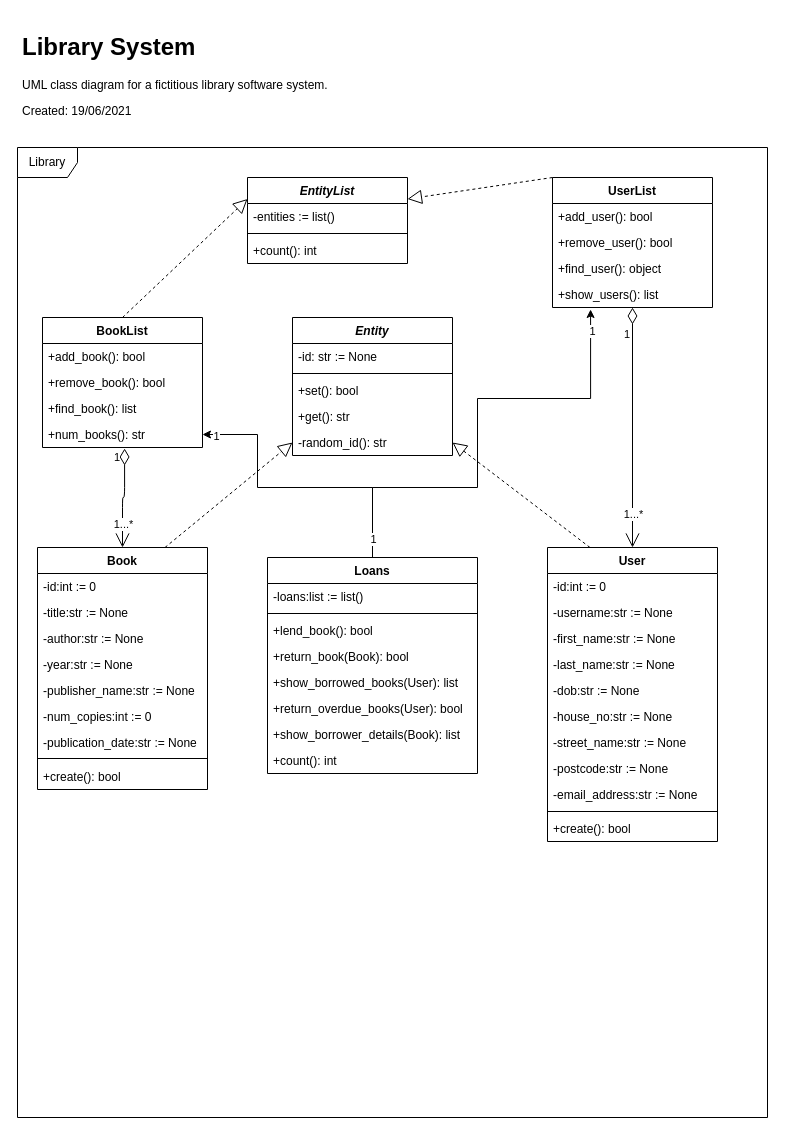
The draw.io diagram class_diagram.drawio in Chrisu892/Simple-Library-System, before the edit. Source tidied: cells renumbered, new cells numbered last; positions are measured from the earlier drawing's top-left corner, leaving out a move shared by most shapes. Both pictures are drawn from the tidied source at 100%, with x=0, y=0 at pixel (17, 27).
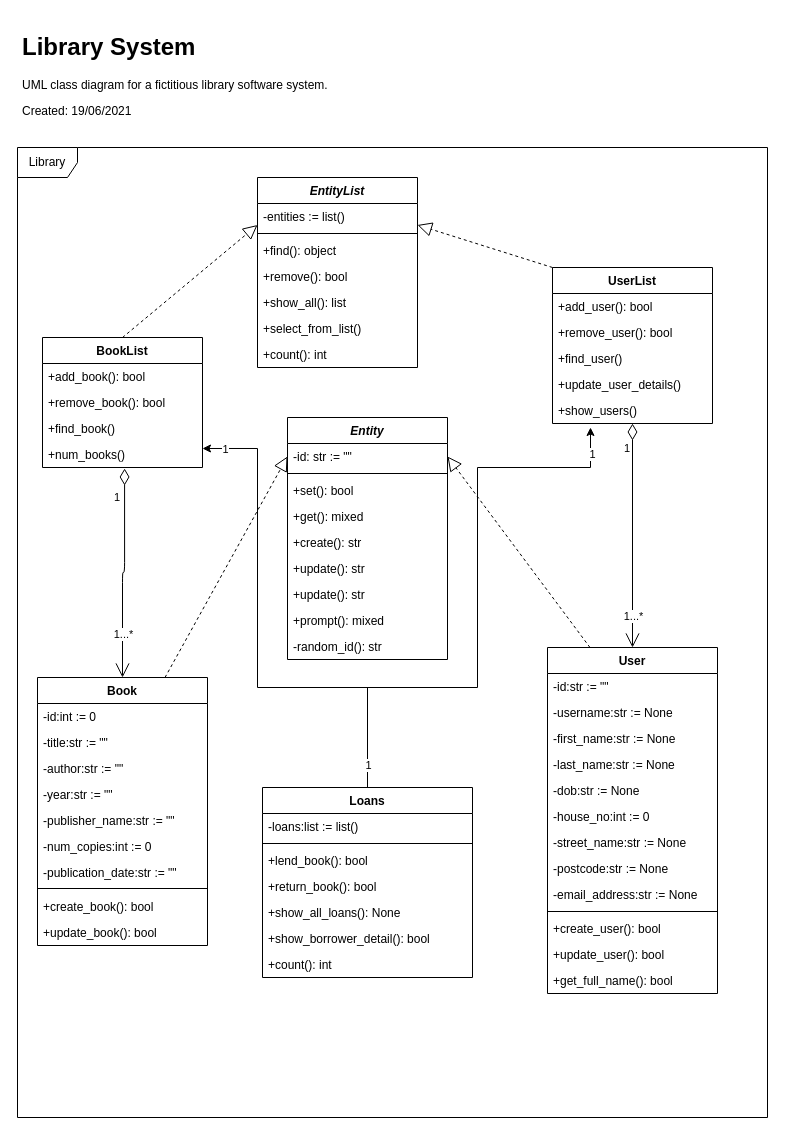
The same page after the edit.

Commit message (it also covers changes not shown here):
updated entity and list classes

Change to the diagram source:
```diff
@@
     <mxCell id="3" value="Book" style="swimlane;fontStyle=1;align=center;verticalAlign=top;horizontal=1;startSize=26;rounded=0;shadow=0;strokeWidth=1;" parent="1" vertex="1">
-      <mxGeometry x="20" y="520" width="170" height="242" as="geometry" />
+      <mxGeometry x="20" y="650" width="170" height="268" as="geometry" />
     </mxCell>
@@
-    <mxCell id="5" value="-title:str := None" style="text;align=left;verticalAlign=top;spacingLeft=4;spacingRight=4;overflow=hidden;rounded=0;shadow=0;html=0;" parent="3" vertex="1">
+    <mxCell id="5" value="-title:str := &quot;&quot;" style="text;align=left;verticalAlign=top;spacingLeft=4;spacingRight=4;overflow=hidden;rounded=0;shadow=0;html=0;" parent="3" vertex="1">
       <mxGeometry y="52" width="170" height="26" as="geometry" />
     </mxCell>
-    <mxCell id="6" value="-author:str := None" style="text;align=left;verticalAlign=top;spacingLeft=4;spacingRight=4;overflow=hidden;rounded=0;shadow=0;html=0;" parent="3" vertex="1">
+    <mxCell id="6" value="-author:str := &quot;&quot;" style="text;align=left;verticalAlign=top;spacingLeft=4;spacingRight=4;overflow=hidden;rounded=0;shadow=0;html=0;" parent="3" vertex="1">
       <mxGeometry y="78" width="170" height="26" as="geometry" />
     </mxCell>
-    <mxCell id="7" value="-year:str := None" style="text;align=left;verticalAlign=top;spacingLeft=4;spacingRight=4;overflow=hidden;rounded=0;shadow=0;html=0;" parent="3" vertex="1">
+    <mxCell id="7" value="-year:str := &quot;&quot;" style="text;align=left;verticalAlign=top;spacingLeft=4;spacingRight=4;overflow=hidden;rounded=0;shadow=0;html=0;" parent="3" vertex="1">
       <mxGeometry y="104" width="170" height="26" as="geometry" />
     </mxCell>
-    <mxCell id="8" value="-publisher_name:str := None" style="text;align=left;verticalAlign=top;spacingLeft=4;spacingRight=4;overflow=hidden;rounded=0;shadow=0;html=0;" parent="3" vertex="1">
+    <mxCell id="8" value="-publisher_name:str := &quot;&quot;" style="text;align=left;verticalAlign=top;spacingLeft=4;spacingRight=4;overflow=hidden;rounded=0;shadow=0;html=0;" parent="3" vertex="1">
       <mxGeometry y="130" width="170" height="26" as="geometry" />
     </mxCell>
@@
-    <mxCell id="10" value="-publication_date:str := None" style="text;align=left;verticalAlign=top;spacingLeft=4;spacingRight=4;overflow=hidden;rounded=0;shadow=0;html=0;" parent="3" vertex="1">
+    <mxCell id="10" value="-publication_date:str := &quot;&quot;" style="text;align=left;verticalAlign=top;spacingLeft=4;spacingRight=4;overflow=hidden;rounded=0;shadow=0;html=0;" parent="3" vertex="1">
       <mxGeometry y="182" width="170" height="24" as="geometry" />
     </mxCell>
@@
-    <mxCell id="12" value="+create(): bool" style="text;align=left;verticalAlign=top;spacingLeft=4;spacingRight=4;overflow=hidden;" parent="3" vertex="1">
+    <mxCell id="12" value="+create_book(): bool" style="text;align=left;verticalAlign=top;spacingLeft=4;spacingRight=4;overflow=hidden;" parent="3" vertex="1">
       <mxGeometry y="216" width="170" height="26" as="geometry" />
     </mxCell>
+    <mxCell id="68" value="+update_book(): bool" style="text;align=left;verticalAlign=top;spacingLeft=4;spacingRight=4;overflow=hidden;" parent="3" vertex="1">
+      <mxGeometry y="242" width="170" height="26" as="geometry" />
+    </mxCell>
     <mxCell id="13" value="User" style="swimlane;fontStyle=1;align=center;verticalAlign=top;horizontal=1;startSize=26;rounded=0;shadow=0;strokeWidth=1;" parent="1" vertex="1">
-      <mxGeometry x="530" y="520" width="170" height="294" as="geometry" />
+      <mxGeometry x="530" y="620" width="170" height="346" as="geometry" />
     </mxCell>
-    <mxCell id="14" value="-id:int := 0" style="text;align=left;verticalAlign=top;spacingLeft=4;spacingRight=4;overflow=hidden;" parent="13" vertex="1">
+    <mxCell id="14" value="-id:str := &quot;&quot;" style="text;align=left;verticalAlign=top;spacingLeft=4;spacingRight=4;overflow=hidden;" parent="13" vertex="1">
       <mxGeometry y="26" width="170" height="26" as="geometry" />
     </mxCell>
@@
-    <mxCell id="19" value="-house_no:str := None" style="text;align=left;verticalAlign=top;spacingLeft=4;spacingRight=4;overflow=hidden;rounded=0;shadow=0;html=0;" parent="13" vertex="1">
+    <mxCell id="19" value="-house_no:int := 0" style="text;align=left;verticalAlign=top;spacingLeft=4;spacingRight=4;overflow=hidden;rounded=0;shadow=0;html=0;" parent="13" vertex="1">
       <mxGeometry y="156" width="170" height="26" as="geometry" />
     </mxCell>
@@
-    <mxCell id="24" value="+create(): bool" style="text;align=left;verticalAlign=top;spacingLeft=4;spacingRight=4;overflow=hidden;" parent="13" vertex="1">
+    <mxCell id="24" value="+create_user(): bool" style="text;align=left;verticalAlign=top;spacingLeft=4;spacingRight=4;overflow=hidden;" parent="13" vertex="1">
       <mxGeometry y="268" width="170" height="26" as="geometry" />
     </mxCell>
+    <mxCell id="69" value="+update_user(): bool" style="text;align=left;verticalAlign=top;spacingLeft=4;spacingRight=4;overflow=hidden;" parent="13" vertex="1">
+      <mxGeometry y="294" width="170" height="26" as="geometry" />
+    </mxCell>
+    <mxCell id="70" value="+get_full_name(): bool" style="text;align=left;verticalAlign=top;spacingLeft=4;spacingRight=4;overflow=hidden;" parent="13" vertex="1">
+      <mxGeometry y="320" width="170" height="26" as="geometry" />
+    </mxCell>
     <mxCell id="25" value="UserList" style="swimlane;fontStyle=1;align=center;verticalAlign=top;horizontal=1;startSize=26;rounded=0;shadow=0;strokeWidth=1;" parent="1" vertex="1">
-      <mxGeometry x="535" y="150" width="160" height="130" as="geometry" />
+      <mxGeometry x="535" y="240" width="160" height="156" as="geometry" />
     </mxCell>
@@
-    <mxCell id="28" value="+find_user(): object" style="text;align=left;verticalAlign=top;spacingLeft=4;spacingRight=4;overflow=hidden;" parent="25" vertex="1">
+    <mxCell id="28" value="+find_user()" style="text;align=left;verticalAlign=top;spacingLeft=4;spacingRight=4;overflow=hidden;" parent="25" vertex="1">
       <mxGeometry y="78" width="160" height="26" as="geometry" />
     </mxCell>
-    <mxCell id="29" value="+show_users(): list" style="text;align=left;verticalAlign=top;spacingLeft=4;spacingRight=4;overflow=hidden;points=[[0,0.5],[1,0.5]];portConstraint=eastwest;" parent="25" vertex="1">
-      <mxGeometry y="104" width="160" height="26" as="geometry" />
-    </mxCell>
+    <mxCell id="71" value="+update_user_details()" style="text;align=left;verticalAlign=top;spacingLeft=4;spacingRight=4;overflow=hidden;" parent="25" vertex="1">
+      <mxGeometry y="104" width="160" height="26" as="geometry" />
+    </mxCell>
+    <mxCell id="72" value="+show_users()" style="text;align=left;verticalAlign=top;spacingLeft=4;spacingRight=4;overflow=hidden;" parent="25" vertex="1">
+      <mxGeometry y="130" width="160" height="26" as="geometry" />
+    </mxCell>
     <mxCell id="30" value="BookList" style="swimlane;fontStyle=1;align=center;verticalAlign=top;horizontal=1;startSize=26;rounded=0;shadow=0;strokeWidth=1;" parent="1" vertex="1">
-      <mxGeometry x="25" y="290" width="160" height="130" as="geometry" />
+      <mxGeometry x="25" y="310" width="160" height="130" as="geometry" />
     </mxCell>
@@
-    <mxCell id="33" value="+find_book(): list" style="text;align=left;verticalAlign=top;spacingLeft=4;spacingRight=4;overflow=hidden;" parent="30" vertex="1">
+    <mxCell id="33" value="+find_book()" style="text;align=left;verticalAlign=top;spacingLeft=4;spacingRight=4;overflow=hidden;" parent="30" vertex="1">
       <mxGeometry y="78" width="160" height="26" as="geometry" />
     </mxCell>
-    <mxCell id="34" value="+num_books(): str" style="text;align=left;verticalAlign=top;spacingLeft=4;spacingRight=4;overflow=hidden;points=[[0,0.5],[1,0.5]];portConstraint=eastwest;" parent="30" vertex="1">
+    <mxCell id="34" value="+num_books()" style="text;align=left;verticalAlign=top;spacingLeft=4;spacingRight=4;overflow=hidden;points=[[0,0.5],[1,0.5]];portConstraint=eastwest;" parent="30" vertex="1">
       <mxGeometry y="104" width="160" height="26" as="geometry" />
     </mxCell>
-    <mxCell id="35" style="edgeStyle=orthogonalEdgeStyle;rounded=0;jettySize=auto;html=1;exitX=0.5;exitY=0;exitDx=0;exitDy=0;entryX=1;entryY=0.5;entryDx=0;entryDy=0;" parent="1" edge="1" source="40" target="34">
+    <mxCell id="35" style="edgeStyle=orthogonalEdgeStyle;rounded=0;jettySize=auto;html=1;exitX=0.5;exitY=0;exitDx=0;exitDy=0;entryX=1;entryY=0.269;entryDx=0;entryDy=0;entryPerimeter=0;" parent="1" edge="1" source="40" target="34">
       <mxGeometry relative="1" as="geometry">
         <Array as="points">
-          <mxPoint x="355" y="460" />
-          <mxPoint x="240" y="460" />
-          <mxPoint x="240" y="407" />
+          <mxPoint x="355" y="660" />
+          <mxPoint x="240" y="660" />
+          <mxPoint x="240" y="391" />
         </Array>
       </mxGeometry>
     </mxCell>
@@
-    <mxCell id="37" style="edgeStyle=orthogonalEdgeStyle;rounded=0;jettySize=auto;html=1;exitX=0.5;exitY=0;exitDx=0;exitDy=0;entryX=0.238;entryY=1.077;entryDx=0;entryDy=0;entryPerimeter=0;" parent="1" edge="1" source="40" target="29">
+    <mxCell id="37" style="edgeStyle=orthogonalEdgeStyle;rounded=0;jettySize=auto;html=1;exitX=0.5;exitY=0;exitDx=0;exitDy=0;" parent="1" edge="1" source="40">
       <mxGeometry relative="1" as="geometry">
+        <mxPoint x="573" y="400" as="targetPoint" />
         <Array as="points">
-          <mxPoint x="355" y="460" />
-          <mxPoint x="460" y="460" />
-          <mxPoint x="460" y="371" />
-          <mxPoint x="573" y="371" />
+          <mxPoint x="350" y="660" />
+          <mxPoint x="460" y="660" />
+          <mxPoint x="460" y="440" />
+          <mxPoint x="573" y="440" />
         </Array>
       </mxGeometry>
     </mxCell>
@@
     <mxCell id="40" value="Loans" style="swimlane;fontStyle=1;align=center;verticalAlign=top;horizontal=1;startSize=26;rounded=0;shadow=0;strokeWidth=1;" parent="1" vertex="1">
-      <mxGeometry x="250" y="530" width="210" height="216" as="geometry" />
+      <mxGeometry x="245" y="760" width="210" height="190" as="geometry" />
     </mxCell>
@@
-    <mxCell id="44" value="+return_book(Book): bool" style="text;align=left;verticalAlign=top;spacingLeft=4;spacingRight=4;overflow=hidden;" parent="40" vertex="1">
+    <mxCell id="44" value="+return_book(): bool" style="text;align=left;verticalAlign=top;spacingLeft=4;spacingRight=4;overflow=hidden;" parent="40" vertex="1">
       <mxGeometry y="86" width="210" height="26" as="geometry" />
     </mxCell>
-    <mxCell id="45" value="+show_borrowed_books(User): list" style="text;align=left;verticalAlign=top;spacingLeft=4;spacingRight=4;overflow=hidden;" parent="40" vertex="1">
+    <mxCell id="45" value="+show_all_loans(): None" style="text;align=left;verticalAlign=top;spacingLeft=4;spacingRight=4;overflow=hidden;" parent="40" vertex="1">
       <mxGeometry y="112" width="210" height="26" as="geometry" />
     </mxCell>
-    <mxCell id="46" value="+return_overdue_books(User): bool" style="text;align=left;verticalAlign=top;spacingLeft=4;spacingRight=4;overflow=hidden;" parent="40" vertex="1">
+    <mxCell id="46" value="+show_borrower_detail(): bool" style="text;align=left;verticalAlign=top;spacingLeft=4;spacingRight=4;overflow=hidden;" parent="40" vertex="1">
       <mxGeometry y="138" width="210" height="26" as="geometry" />
     </mxCell>
-    <mxCell id="47" value="+show_borrower_details(Book): list" style="text;align=left;verticalAlign=top;spacingLeft=4;spacingRight=4;overflow=hidden;" parent="40" vertex="1">
-      <mxGeometry y="164" width="210" height="26" as="geometry" />
-    </mxCell>
     <mxCell id="48" value="+count(): int" style="text;align=left;verticalAlign=top;spacingLeft=4;spacingRight=4;overflow=hidden;" parent="40" vertex="1">
-      <mxGeometry y="190" width="210" height="26" as="geometry" />
+      <mxGeometry y="164" width="210" height="26" as="geometry" />
     </mxCell>
@@
     <mxCell id="54" value="EntityList" style="swimlane;fontStyle=3;align=center;verticalAlign=top;horizontal=1;startSize=26;rounded=0;shadow=0;strokeWidth=1;" parent="1" vertex="1">
-      <mxGeometry x="230" y="150" width="160" height="86" as="geometry" />
+      <mxGeometry x="240" y="150" width="160" height="190" as="geometry" />
     </mxCell>
@@
-    <mxCell id="57" value="+count(): int" style="text;align=left;verticalAlign=top;spacingLeft=4;spacingRight=4;overflow=hidden;" parent="54" vertex="1">
+    <mxCell id="57" value="+find(): object" style="text;align=left;verticalAlign=top;spacingLeft=4;spacingRight=4;overflow=hidden;" parent="54" vertex="1">
       <mxGeometry y="60" width="160" height="26" as="geometry" />
     </mxCell>
+    <mxCell id="73" value="+remove(): bool" style="text;align=left;verticalAlign=top;spacingLeft=4;spacingRight=4;overflow=hidden;" parent="54" vertex="1">
+      <mxGeometry y="86" width="160" height="26" as="geometry" />
+    </mxCell>
+    <mxCell id="74" value="+show_all(): list" style="text;align=left;verticalAlign=top;spacingLeft=4;spacingRight=4;overflow=hidden;" parent="54" vertex="1">
+      <mxGeometry y="112" width="160" height="26" as="geometry" />
+    </mxCell>
+    <mxCell id="75" value="+select_from_list()" style="text;align=left;verticalAlign=top;spacingLeft=4;spacingRight=4;overflow=hidden;" parent="54" vertex="1">
+      <mxGeometry y="138" width="160" height="26" as="geometry" />
+    </mxCell>
+    <mxCell id="76" value="+count(): int" style="text;align=left;verticalAlign=top;spacingLeft=4;spacingRight=4;overflow=hidden;" parent="54" vertex="1">
+      <mxGeometry y="164" width="160" height="26" as="geometry" />
+    </mxCell>
@@
     <mxCell id="60" value="Entity" style="swimlane;fontStyle=3;align=center;verticalAlign=top;horizontal=1;startSize=26;rounded=0;shadow=0;strokeWidth=1;" parent="1" vertex="1">
-      <mxGeometry x="275" y="290" width="160" height="138" as="geometry" />
+      <mxGeometry x="270" y="390" width="160" height="242" as="geometry" />
     </mxCell>
-    <mxCell id="61" value="-id: str := None" style="text;align=left;verticalAlign=top;spacingLeft=4;spacingRight=4;overflow=hidden;points=[[0,0.5],[1,0.5]];portConstraint=eastwest;" parent="60" vertex="1">
+    <mxCell id="61" value="-id: str := &quot;&quot;" style="text;align=left;verticalAlign=top;spacingLeft=4;spacingRight=4;overflow=hidden;points=[[0,0.5],[1,0.5]];portConstraint=eastwest;" parent="60" vertex="1">
       <mxGeometry y="26" width="160" height="26" as="geometry" />
     </mxCell>
@@
-    <mxCell id="64" value="+get(): str" style="text;align=left;verticalAlign=top;spacingLeft=4;spacingRight=4;overflow=hidden;" parent="60" vertex="1">
+    <mxCell id="64" value="+get(): mixed" style="text;align=left;verticalAlign=top;spacingLeft=4;spacingRight=4;overflow=hidden;" parent="60" vertex="1">
       <mxGeometry y="86" width="160" height="26" as="geometry" />
     </mxCell>
+    <mxCell id="77" value="+create(): str" style="text;align=left;verticalAlign=top;spacingLeft=4;spacingRight=4;overflow=hidden;" parent="60" vertex="1">
+      <mxGeometry y="112" width="160" height="26" as="geometry" />
+    </mxCell>
+    <mxCell id="78" value="+update(): str" style="text;align=left;verticalAlign=top;spacingLeft=4;spacingRight=4;overflow=hidden;" parent="60" vertex="1">
+      <mxGeometry y="138" width="160" height="26" as="geometry" />
+    </mxCell>
+    <mxCell id="79" value="+update(): str" style="text;align=left;verticalAlign=top;spacingLeft=4;spacingRight=4;overflow=hidden;" parent="60" vertex="1">
+      <mxGeometry y="164" width="160" height="26" as="geometry" />
+    </mxCell>
+    <mxCell id="80" value="+prompt(): mixed" style="text;align=left;verticalAlign=top;spacingLeft=4;spacingRight=4;overflow=hidden;" parent="60" vertex="1">
+      <mxGeometry y="190" width="160" height="26" as="geometry" />
+    </mxCell>
     <mxCell id="65" value="-random_id(): str" style="text;align=left;verticalAlign=top;spacingLeft=4;spacingRight=4;overflow=hidden;points=[[0,0.5],[1,0.5]];portConstraint=eastwest;" parent="60" vertex="1">
-      <mxGeometry y="112" width="160" height="26" as="geometry" />
+      <mxGeometry y="216" width="160" height="26" as="geometry" />
     </mxCell>
-    <mxCell id="66" style="endArrow=block;dashed=1;endFill=0;endSize=12;html=1;exitX=0.25;exitY=0;exitDx=0;exitDy=0;entryX=1;entryY=0.5;entryDx=0;entryDy=0;" parent="1" edge="1" source="13" target="65">
+    <mxCell id="66" style="endArrow=block;dashed=1;endFill=0;endSize=12;html=1;exitX=0.25;exitY=0;exitDx=0;exitDy=0;entryX=1;entryY=0.5;entryDx=0;entryDy=0;" parent="1" edge="1" source="13" target="61">
       <mxGeometry relative="1" as="geometry" />
     </mxCell>
-    <mxCell id="67" style="endArrow=block;dashed=1;endFill=0;endSize=12;html=1;entryX=0;entryY=0.5;entryDx=0;entryDy=0;exitX=0.75;exitY=0;exitDx=0;exitDy=0;" parent="1" edge="1" source="3" target="65">
+    <mxCell id="67" style="endArrow=block;dashed=1;endFill=0;endSize=12;html=1;entryX=0;entryY=0.5;entryDx=0;entryDy=0;exitX=0.75;exitY=0;exitDx=0;exitDy=0;" parent="1" edge="1" source="3" target="61">
       <mxGeometry relative="1" as="geometry" />
     </mxCell>
```
